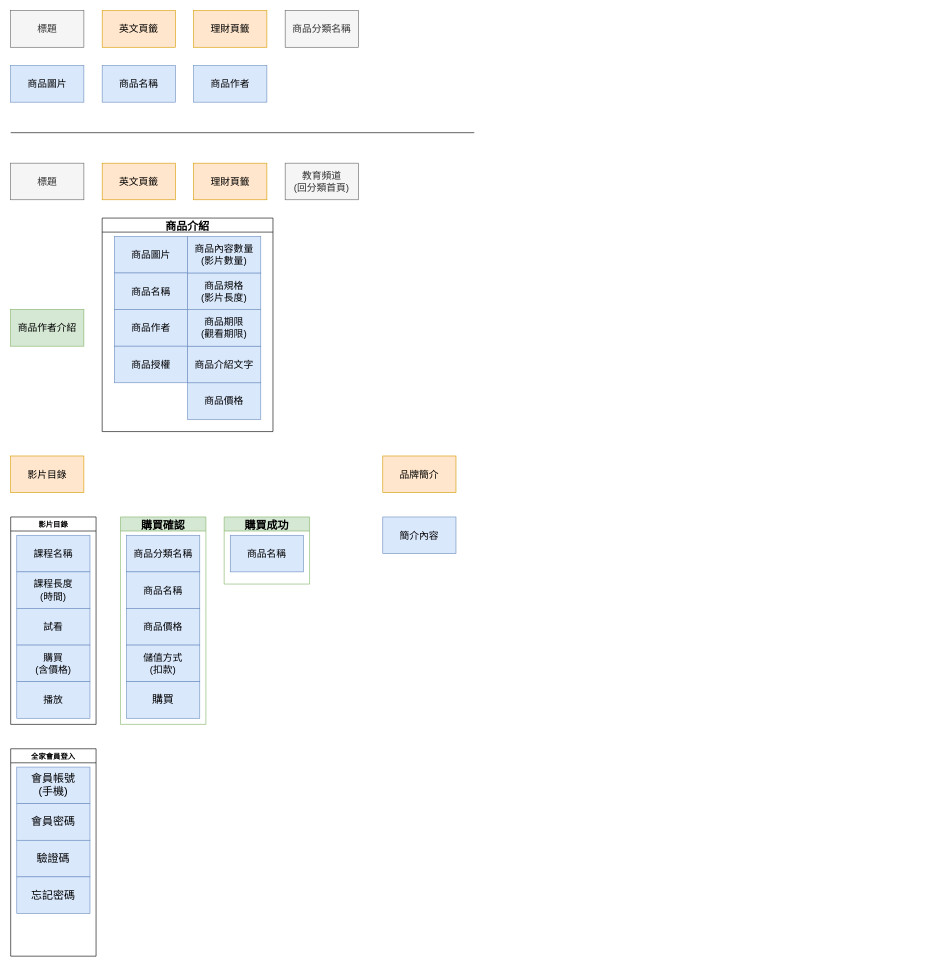
This is page "card sorting" (1 of 3) of 知識_影音教學.drawio from Cadmus-design/Diagrams, a draw.io file, before an edit. Source tidied: cells renumbered, new cells numbered last; positions are measured from the earlier drawing's top-left corner, leaving out a move shared by most shapes. Both pictures are drawn from the tidied source at 61%, with x=0, y=0 at pixel (10, 10).
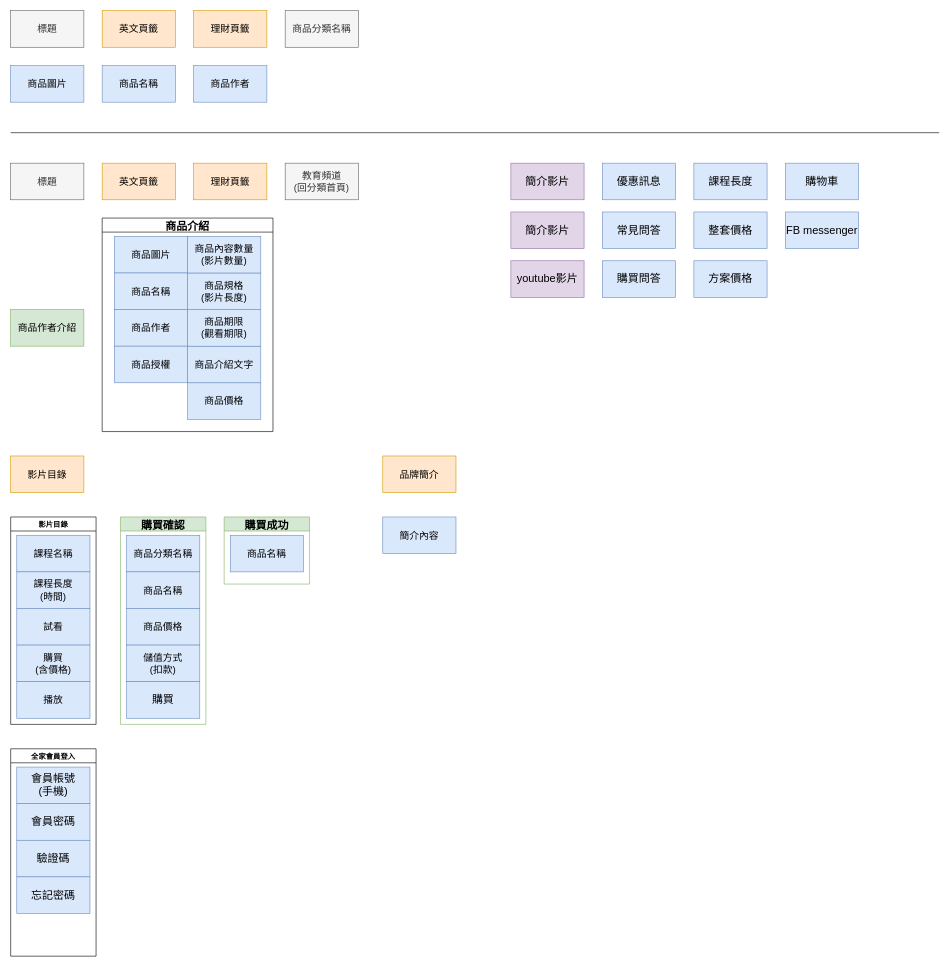
The same page after the edit.

Commit message:
Update 知識_影音教學.drawio

Change to the diagram source:
```diff
@@
     <mxCell id="10" style="endArrow=none;html=1;rounded=0;fontSize=16;" parent="1" edge="1">
       <mxGeometry relative="1" as="geometry">
         <mxPoint y="200" as="sourcePoint" />
-        <mxPoint x="760" y="200" as="targetPoint" />
+        <mxPoint x="1522" y="200" as="targetPoint" />
       </mxGeometry>
     </mxCell>
@@
+    <mxCell id="47" value="簡介影片" style="rounded=0;whiteSpace=wrap;html=1;fontSize=18;fillColor=#e1d5e7;strokeColor=#9673a6;" parent="1" vertex="1">
+      <mxGeometry x="820" y="250" width="120" height="60" as="geometry" />
+    </mxCell>
+    <mxCell id="48" value="優惠訊息" style="rounded=0;whiteSpace=wrap;html=1;fontSize=18;fillColor=#dae8fc;strokeColor=#6c8ebf;" parent="1" vertex="1">
+      <mxGeometry x="970" y="250" width="120" height="60" as="geometry" />
+    </mxCell>
+    <mxCell id="49" value="簡介影片" style="rounded=0;whiteSpace=wrap;html=1;fontSize=18;fillColor=#e1d5e7;strokeColor=#9673a6;" parent="1" vertex="1">
+      <mxGeometry x="820" y="330" width="120" height="60" as="geometry" />
+    </mxCell>
+    <mxCell id="50" value="youtube影片" style="rounded=0;whiteSpace=wrap;html=1;fontSize=18;fillColor=#e1d5e7;strokeColor=#9673a6;" parent="1" vertex="1">
+      <mxGeometry x="820" y="410" width="120" height="60" as="geometry" />
+    </mxCell>
+    <mxCell id="51" value="常見問答" style="rounded=0;whiteSpace=wrap;html=1;fontSize=18;fillColor=#dae8fc;strokeColor=#6c8ebf;" parent="1" vertex="1">
+      <mxGeometry x="970" y="330" width="120" height="60" as="geometry" />
+    </mxCell>
+    <mxCell id="52" value="購買問答" style="rounded=0;whiteSpace=wrap;html=1;fontSize=18;fillColor=#dae8fc;strokeColor=#6c8ebf;" parent="1" vertex="1">
+      <mxGeometry x="970" y="410" width="120" height="60" as="geometry" />
+    </mxCell>
+    <mxCell id="53" value="課程長度" style="rounded=0;whiteSpace=wrap;html=1;fontSize=18;fillColor=#dae8fc;strokeColor=#6c8ebf;" parent="1" vertex="1">
+      <mxGeometry x="1120" y="250" width="120" height="60" as="geometry" />
+    </mxCell>
+    <mxCell id="54" value="整套價格" style="rounded=0;whiteSpace=wrap;html=1;fontSize=18;fillColor=#dae8fc;strokeColor=#6c8ebf;" parent="1" vertex="1">
+      <mxGeometry x="1120" y="330" width="120" height="60" as="geometry" />
+    </mxCell>
+    <mxCell id="55" value="方案價格" style="rounded=0;whiteSpace=wrap;html=1;fontSize=18;fillColor=#dae8fc;strokeColor=#6c8ebf;" parent="1" vertex="1">
+      <mxGeometry x="1120" y="410" width="120" height="60" as="geometry" />
+    </mxCell>
+    <mxCell id="56" value="購物車" style="rounded=0;whiteSpace=wrap;html=1;fontSize=18;fillColor=#dae8fc;strokeColor=#6c8ebf;" parent="1" vertex="1">
+      <mxGeometry x="1270" y="250" width="120" height="60" as="geometry" />
+    </mxCell>
+    <mxCell id="57" value="FB messenger" style="rounded=0;whiteSpace=wrap;html=1;fontSize=18;fillColor=#dae8fc;strokeColor=#6c8ebf;" parent="1" vertex="1">
+      <mxGeometry x="1270" y="330" width="120" height="60" as="geometry" />
+    </mxCell>
```
